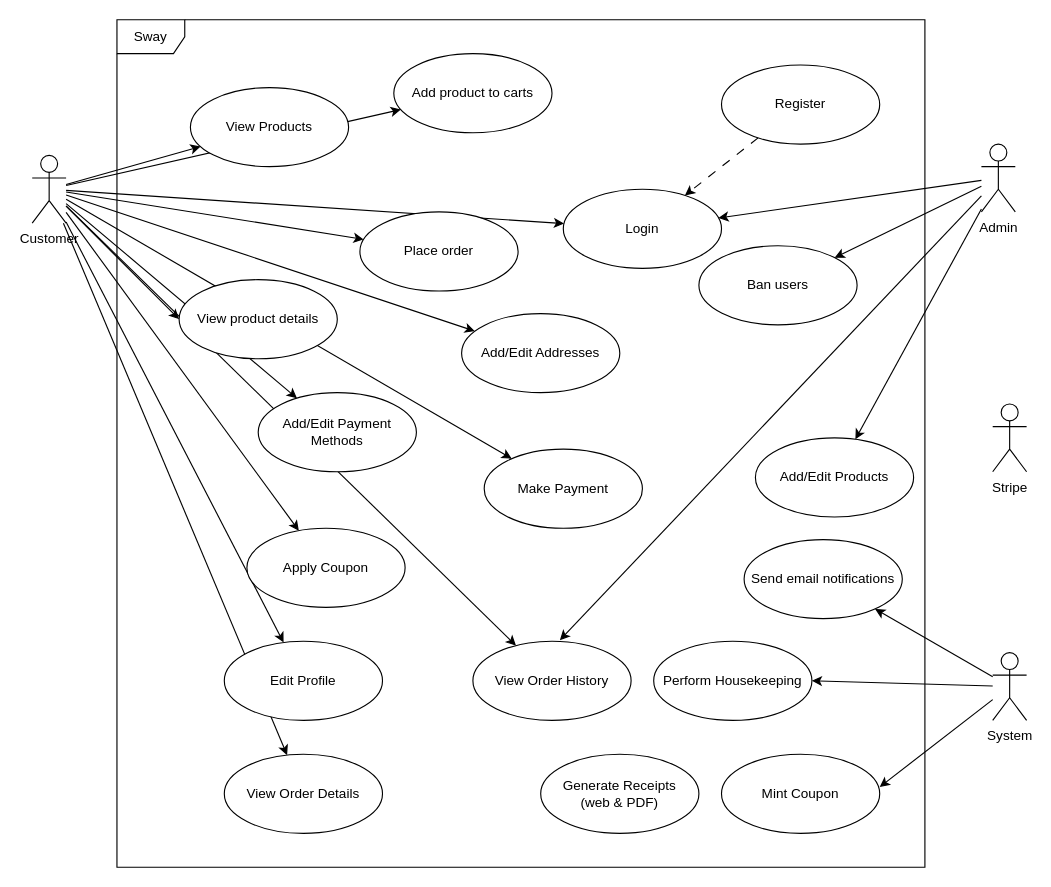
Before: page "Use Case Diagram" (3 of 4) of docs/Sway.drawio in data-miner00/Sway, a draw.io diagram. Source tidied: cells renumbered, new cells numbered last; positions are measured from the earlier drawing's top-left corner, leaving out a move shared by most shapes. Both pictures are drawn from the tidied source at 113%, with x=0, y=0 at pixel (32, 19).
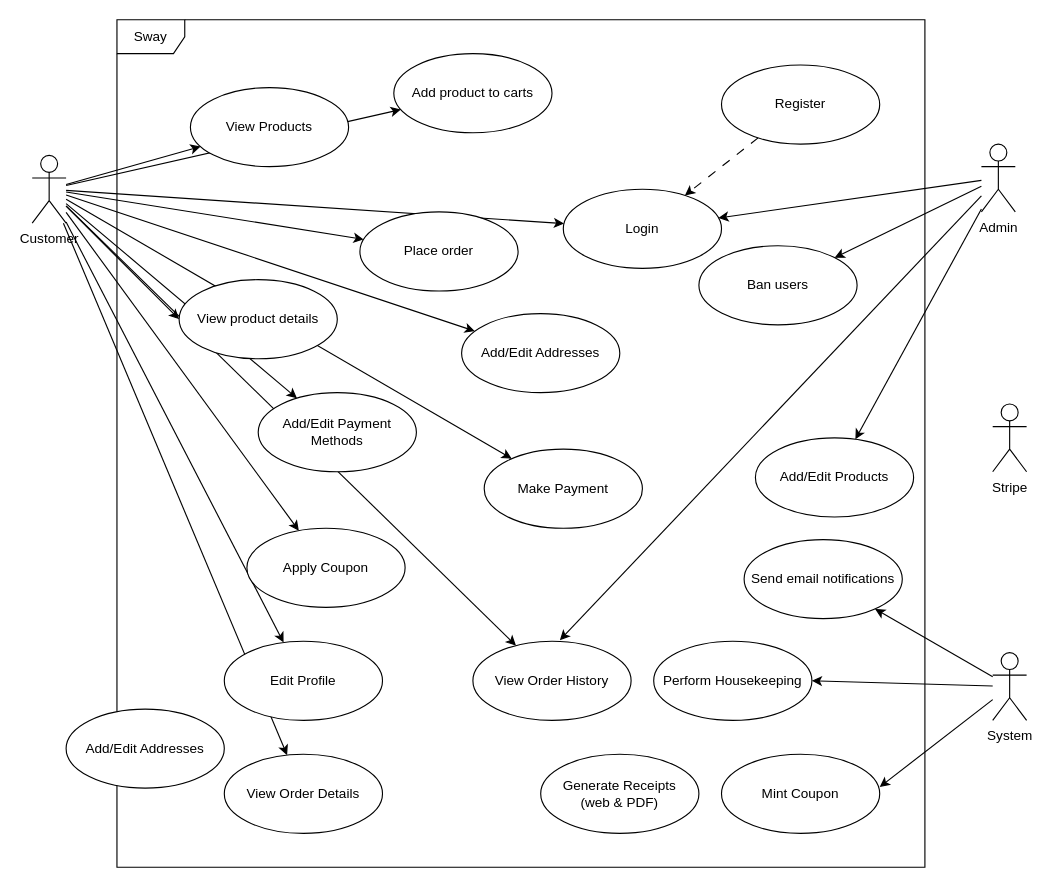
The same page after the edit.

The edit, as a diff of the source:
```diff
@@
+    <mxCell id="46" value="Add/Edit Addresses" style="ellipse;whiteSpace=wrap;html=1;" parent="1" vertex="1">
+      <mxGeometry x="30" y="610" width="140" height="70" as="geometry" />
+    </mxCell>
```
